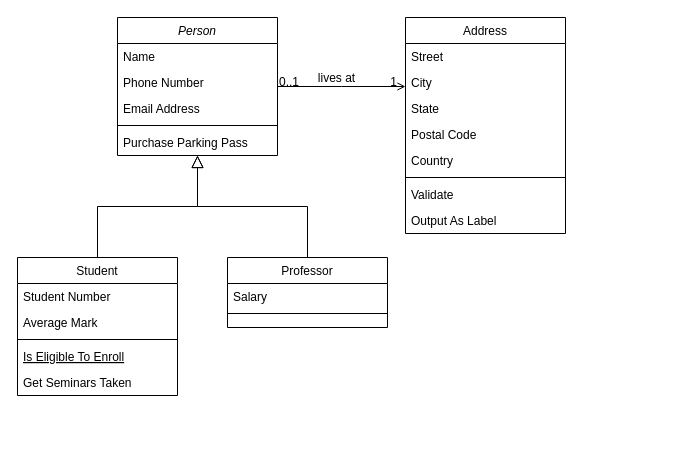
maramakil/myRepo keeps this draw.io diagram as Untitled Diagram.drawio. Above is the earlier version. Source tidied: cells renumbered, new cells numbered last; positions are measured from the earlier drawing's top-left corner, leaving out a move shared by most shapes. Both pictures are drawn from the tidied source at 100%, with x=0, y=0 at pixel (17, 17).
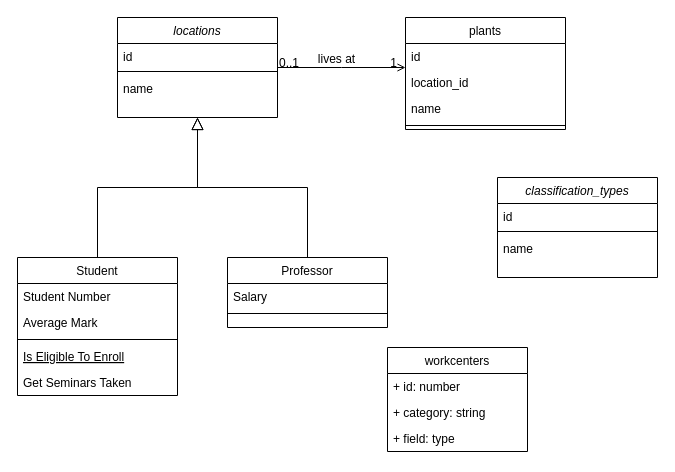
The same diagram, later.

Change to the diagram source:
```diff
@@
-    <mxCell id="2" value="Person" style="swimlane;fontStyle=2;align=center;verticalAlign=top;horizontal=1;startSize=26;rounded=0;shadow=0;strokeWidth=1;" parent="1" vertex="1">
-      <mxGeometry x="100" width="160" height="138" as="geometry" />
+    <mxCell id="2" value="locations" style="swimlane;fontStyle=2;align=center;verticalAlign=top;horizontal=1;startSize=26;rounded=0;shadow=0;strokeWidth=1;" parent="1" vertex="1">
+      <mxGeometry x="100" width="160" height="100" as="geometry" />
     </mxCell>
-    <mxCell id="3" value="Name" style="text;align=left;verticalAlign=top;spacingLeft=4;spacingRight=4;overflow=hidden;" parent="2" vertex="1">
-      <mxGeometry y="26" width="160" height="26" as="geometry" />
+    <mxCell id="3" value="id&#10;" style="text;align=left;verticalAlign=top;spacingLeft=4;spacingRight=4;overflow=hidden;" parent="2" vertex="1">
+      <mxGeometry y="26" width="160" height="24" as="geometry" />
     </mxCell>
-    <mxCell id="4" value="Phone Number" style="text;align=left;verticalAlign=top;spacingLeft=4;spacingRight=4;overflow=hidden;rounded=0;shadow=0;html=0;" parent="2" vertex="1">
-      <mxGeometry y="52" width="160" height="26" as="geometry" />
-    </mxCell>
-    <mxCell id="5" value="Email Address" style="text;align=left;verticalAlign=top;spacingLeft=4;spacingRight=4;overflow=hidden;rounded=0;shadow=0;html=0;" parent="2" vertex="1">
-      <mxGeometry y="78" width="160" height="26" as="geometry" />
-    </mxCell>
     <mxCell id="6" style="line;html=1;strokeWidth=1;align=left;verticalAlign=middle;spacingTop=-1;spacingLeft=3;spacingRight=3;labelPosition=right;" parent="2" vertex="1">
-      <mxGeometry y="104" width="160" height="8" as="geometry" />
+      <mxGeometry y="50" width="160" height="8" as="geometry" />
     </mxCell>
-    <mxCell id="7" value="Purchase Parking Pass" style="text;align=left;verticalAlign=top;spacingLeft=4;spacingRight=4;overflow=hidden;" parent="2" vertex="1">
-      <mxGeometry y="112" width="160" height="26" as="geometry" />
-    </mxCell>
+    <mxCell id="32" value="name" style="text;align=left;verticalAlign=top;spacingLeft=4;spacingRight=4;overflow=hidden;" parent="2" vertex="1">
+      <mxGeometry y="58" width="160" height="24" as="geometry" />
+    </mxCell>
@@
-    <mxCell id="19" value="Address" style="swimlane;fontStyle=0;align=center;verticalAlign=top;horizontal=1;startSize=26;rounded=0;shadow=0;strokeWidth=1;" parent="1" vertex="1">
-      <mxGeometry x="388" width="160" height="216" as="geometry" />
+    <mxCell id="19" value="plants" style="swimlane;fontStyle=0;align=center;verticalAlign=top;horizontal=1;startSize=26;rounded=0;shadow=0;strokeWidth=1;" parent="1" vertex="1">
+      <mxGeometry x="388" width="160" height="112" as="geometry" />
     </mxCell>
-    <mxCell id="20" value="Street" style="text;align=left;verticalAlign=top;spacingLeft=4;spacingRight=4;overflow=hidden;" parent="19" vertex="1">
+    <mxCell id="20" value="id" style="text;align=left;verticalAlign=top;spacingLeft=4;spacingRight=4;overflow=hidden;" parent="19" vertex="1">
       <mxGeometry y="26" width="160" height="26" as="geometry" />
     </mxCell>
-    <mxCell id="21" value="City" style="text;align=left;verticalAlign=top;spacingLeft=4;spacingRight=4;overflow=hidden;rounded=0;shadow=0;html=0;" parent="19" vertex="1">
+    <mxCell id="21" value="location_id" style="text;align=left;verticalAlign=top;spacingLeft=4;spacingRight=4;overflow=hidden;rounded=0;shadow=0;html=0;" parent="19" vertex="1">
       <mxGeometry y="52" width="160" height="26" as="geometry" />
     </mxCell>
-    <mxCell id="22" value="State" style="text;align=left;verticalAlign=top;spacingLeft=4;spacingRight=4;overflow=hidden;rounded=0;shadow=0;html=0;" parent="19" vertex="1">
+    <mxCell id="22" value="name" style="text;align=left;verticalAlign=top;spacingLeft=4;spacingRight=4;overflow=hidden;rounded=0;shadow=0;html=0;" parent="19" vertex="1">
       <mxGeometry y="78" width="160" height="26" as="geometry" />
     </mxCell>
-    <mxCell id="23" value="Postal Code" style="text;align=left;verticalAlign=top;spacingLeft=4;spacingRight=4;overflow=hidden;rounded=0;shadow=0;html=0;" parent="19" vertex="1">
-      <mxGeometry y="104" width="160" height="26" as="geometry" />
-    </mxCell>
-    <mxCell id="24" value="Country" style="text;align=left;verticalAlign=top;spacingLeft=4;spacingRight=4;overflow=hidden;rounded=0;shadow=0;html=0;" parent="19" vertex="1">
-      <mxGeometry y="130" width="160" height="26" as="geometry" />
-    </mxCell>
     <mxCell id="25" style="line;html=1;strokeWidth=1;align=left;verticalAlign=middle;spacingTop=-1;spacingLeft=3;spacingRight=3;labelPosition=right;" parent="19" vertex="1">
-      <mxGeometry y="156" width="160" height="8" as="geometry" />
+      <mxGeometry y="104" width="160" height="8" as="geometry" />
     </mxCell>
-    <mxCell id="26" value="Validate" style="text;align=left;verticalAlign=top;spacingLeft=4;spacingRight=4;overflow=hidden;" parent="19" vertex="1">
-      <mxGeometry y="164" width="160" height="26" as="geometry" />
-    </mxCell>
-    <mxCell id="27" value="Output As Label" style="text;align=left;verticalAlign=top;spacingLeft=4;spacingRight=4;overflow=hidden;" parent="19" vertex="1">
-      <mxGeometry y="190" width="160" height="26" as="geometry" />
-    </mxCell>
@@
+    <mxCell id="33" value="classification_types" style="swimlane;fontStyle=2;align=center;verticalAlign=top;horizontal=1;startSize=26;rounded=0;shadow=0;strokeWidth=1;" parent="1" vertex="1">
+      <mxGeometry x="480" y="160" width="160" height="100" as="geometry" />
+    </mxCell>
+    <mxCell id="34" value="id&#10;" style="text;align=left;verticalAlign=top;spacingLeft=4;spacingRight=4;overflow=hidden;" parent="33" vertex="1">
+      <mxGeometry y="26" width="160" height="24" as="geometry" />
+    </mxCell>
+    <mxCell id="35" style="line;html=1;strokeWidth=1;align=left;verticalAlign=middle;spacingTop=-1;spacingLeft=3;spacingRight=3;labelPosition=right;" parent="33" vertex="1">
+      <mxGeometry y="50" width="160" height="8" as="geometry" />
+    </mxCell>
+    <mxCell id="36" value="name" style="text;align=left;verticalAlign=top;spacingLeft=4;spacingRight=4;overflow=hidden;" parent="33" vertex="1">
+      <mxGeometry y="58" width="160" height="22" as="geometry" />
+    </mxCell>
+    <mxCell id="37" value="workcenters" style="swimlane;fontStyle=0;horizontal=1;startSize=26;fillColor=none;" parent="1" vertex="1">
+      <mxGeometry x="370" y="330" width="140" height="104" as="geometry" />
+    </mxCell>
+    <mxCell id="38" value="+ id: number" style="text;strokeColor=none;fillColor=none;align=left;verticalAlign=top;spacingLeft=4;spacingRight=4;overflow=hidden;" parent="37" vertex="1">
+      <mxGeometry y="26" width="140" height="26" as="geometry" />
+    </mxCell>
+    <mxCell id="39" value="+ category: string" style="text;strokeColor=none;fillColor=none;align=left;verticalAlign=top;spacingLeft=4;spacingRight=4;overflow=hidden;" parent="37" vertex="1">
+      <mxGeometry y="52" width="140" height="26" as="geometry" />
+    </mxCell>
+    <mxCell id="40" value="+ field: type" style="text;strokeColor=none;fillColor=none;align=left;verticalAlign=top;spacingLeft=4;spacingRight=4;overflow=hidden;" parent="37" vertex="1">
+      <mxGeometry y="78" width="140" height="26" as="geometry" />
+    </mxCell>
```
